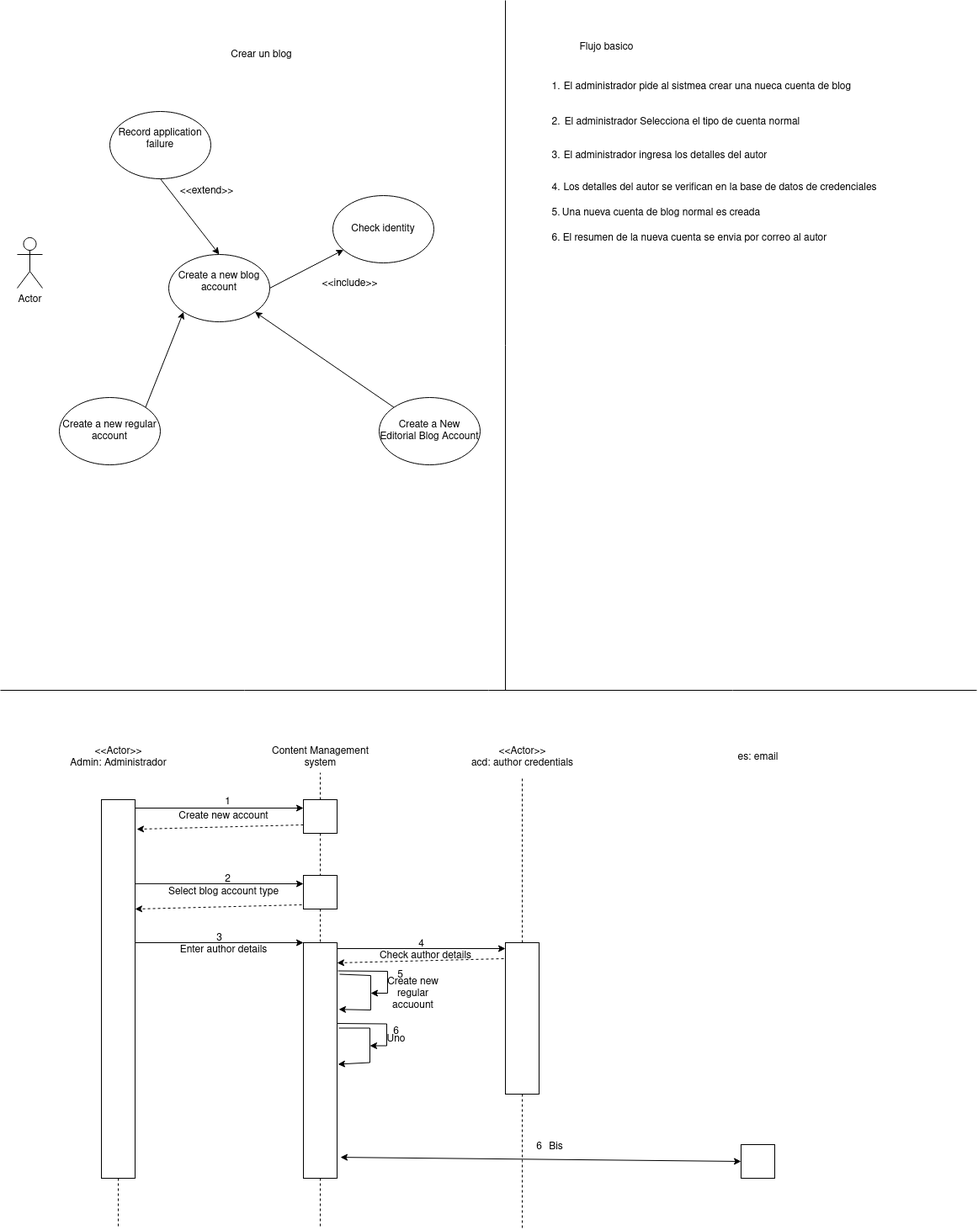
This is DSejemplo.drawio.png from GermanOjeda/Tarea-ETS, a draw.io export, as it was before one commit. Source tidied: cells renumbered, new cells last; positions are measured from the earlier drawing's top-left corner, leaving out a move shared by most shapes. Its diagram source:
```xml
<mxGraphModel>
  <root>
    <mxCell id="0" />
    <mxCell id="1" parent="0" />
    <mxCell id="2" value="Actor" style="shape=umlActor;verticalLabelPosition=bottom;verticalAlign=top;html=1;" parent="1" vertex="1">
      <mxGeometry x="20" y="282" width="30" height="60" as="geometry" />
    </mxCell>
    <mxCell id="3" style="rounded=0;jettySize=auto;html=1;exitX=0.5;exitY=1;exitDx=0;exitDy=0;entryX=0.5;entryY=0;entryDx=0;entryDy=0;" parent="1" edge="1" source="4" target="6">
      <mxGeometry relative="1" as="geometry" />
    </mxCell>
    <mxCell id="4" value="&lt;div&gt;Record application failure&lt;/div&gt;&lt;div&gt;&lt;br&gt;&lt;/div&gt;" style="ellipse;whiteSpace=wrap;html=1;" parent="1" vertex="1">
      <mxGeometry x="130" y="132" width="120" height="80" as="geometry" />
    </mxCell>
    <mxCell id="5" style="rounded=0;jettySize=auto;html=1;exitX=1;exitY=0.5;exitDx=0;exitDy=0;" parent="1" edge="1" source="6" target="8">
      <mxGeometry relative="1" as="geometry" />
    </mxCell>
    <mxCell id="6" value="&lt;div&gt;Create a new blog account&lt;/div&gt;&lt;div&gt;&lt;br&gt;&lt;/div&gt;" style="ellipse;whiteSpace=wrap;html=1;" parent="1" vertex="1">
      <mxGeometry x="200" y="302" width="120" height="80" as="geometry" />
    </mxCell>
    <mxCell id="7" value="&lt;div&gt;&amp;lt;&amp;lt;extend&amp;gt;&amp;gt;&lt;/div&gt;" style="text;html=1;align=center;verticalAlign=middle;strokeColor=none;fillColor=none;" parent="1" vertex="1">
      <mxGeometry x="200" y="212" width="90" height="30" as="geometry" />
    </mxCell>
    <mxCell id="8" value="&lt;div&gt;Check identity&lt;/div&gt;" style="ellipse;whiteSpace=wrap;html=1;" parent="1" vertex="1">
      <mxGeometry x="395" y="232" width="120" height="80" as="geometry" />
    </mxCell>
    <mxCell id="9" value="&amp;lt;&amp;lt;include&amp;gt;&amp;gt;" style="text;html=1;align=center;verticalAlign=middle;strokeColor=none;fillColor=none;" parent="1" vertex="1">
      <mxGeometry x="370" y="322" width="90" height="30" as="geometry" />
    </mxCell>
    <mxCell id="10" value="&lt;div&gt;Crear un blog&lt;/div&gt;" style="text;html=1;align=center;verticalAlign=middle;strokeColor=none;fillColor=none;" parent="1" vertex="1">
      <mxGeometry x="260" y="50" width="100" height="30" as="geometry" />
    </mxCell>
    <mxCell id="11" style="rounded=0;jettySize=auto;html=1;exitX=1;exitY=0;exitDx=0;exitDy=0;entryX=0;entryY=1;entryDx=0;entryDy=0;" parent="1" edge="1" source="12" target="6">
      <mxGeometry relative="1" as="geometry" />
    </mxCell>
    <mxCell id="12" value="Create a new regular account" style="ellipse;whiteSpace=wrap;html=1;" parent="1" vertex="1">
      <mxGeometry x="70" y="472" width="120" height="80" as="geometry" />
    </mxCell>
    <mxCell id="13" style="rounded=0;jettySize=auto;html=1;exitX=0;exitY=0;exitDx=0;exitDy=0;entryX=1;entryY=1;entryDx=0;entryDy=0;startArrow=none;startFill=0;" parent="1" edge="1" source="14" target="6">
      <mxGeometry relative="1" as="geometry" />
    </mxCell>
    <mxCell id="14" value="Create a New Editorial Blog Account" style="ellipse;whiteSpace=wrap;html=1;" parent="1" vertex="1">
      <mxGeometry x="450" y="472" width="120" height="80" as="geometry" />
    </mxCell>
    <mxCell id="15" style="endArrow=none;html=1;rounded=0;" parent="1" edge="1">
      <mxGeometry relative="1" as="geometry">
        <mxPoint x="600" y="820" as="sourcePoint" />
        <mxPoint x="600" as="targetPoint" />
      </mxGeometry>
    </mxCell>
    <mxCell id="16" value="&lt;div&gt;Flujo basico&lt;/div&gt;&lt;div&gt;&lt;br&gt;&lt;/div&gt;" style="text;html=1;align=center;verticalAlign=middle;strokeColor=none;fillColor=none;" parent="1" vertex="1">
      <mxGeometry x="675" y="43" width="90" height="40" as="geometry" />
    </mxCell>
    <mxCell id="17" value="1." style="text;html=1;align=center;verticalAlign=middle;strokeColor=none;fillColor=none;" parent="1" vertex="1">
      <mxGeometry x="645" y="88" width="30" height="30" as="geometry" />
    </mxCell>
    <mxCell id="18" value="El administrador pide al sistmea crear una nueca cuenta de blog" style="text;html=1;align=center;verticalAlign=middle;strokeColor=none;fillColor=none;" parent="1" vertex="1">
      <mxGeometry x="660" y="88" width="360" height="30" as="geometry" />
    </mxCell>
    <mxCell id="19" value="2." style="text;html=1;align=center;verticalAlign=middle;strokeColor=none;fillColor=none;" parent="1" vertex="1">
      <mxGeometry x="645" y="130" width="30" height="30" as="geometry" />
    </mxCell>
    <mxCell id="20" value="El administrador Selecciona el tipo de cuenta normal" style="text;html=1;align=center;verticalAlign=middle;strokeColor=none;fillColor=none;" parent="1" vertex="1">
      <mxGeometry x="660" y="130" width="300" height="30" as="geometry" />
    </mxCell>
    <mxCell id="21" value="3." style="text;html=1;align=center;verticalAlign=middle;strokeColor=none;fillColor=none;" parent="1" vertex="1">
      <mxGeometry x="645" y="170" width="30" height="30" as="geometry" />
    </mxCell>
    <mxCell id="22" value="El administrador ingresa los detalles del autor" style="text;html=1;align=center;verticalAlign=middle;strokeColor=none;fillColor=none;" parent="1" vertex="1">
      <mxGeometry x="655" y="170" width="270" height="30" as="geometry" />
    </mxCell>
    <mxCell id="23" value="4." style="text;html=1;align=center;verticalAlign=middle;strokeColor=none;fillColor=none;" parent="1" vertex="1">
      <mxGeometry x="645" y="208" width="30" height="30" as="geometry" />
    </mxCell>
    <mxCell id="24" value="Los detalles del autor se verifican en la base de datos de credenciales" style="text;html=1;align=center;verticalAlign=middle;strokeColor=none;fillColor=none;" parent="1" vertex="1">
      <mxGeometry x="655" y="208" width="400" height="30" as="geometry" />
    </mxCell>
    <mxCell id="25" value="5." style="text;html=1;align=center;verticalAlign=middle;strokeColor=none;fillColor=none;" parent="1" vertex="1">
      <mxGeometry x="645" y="238" width="30" height="30" as="geometry" />
    </mxCell>
    <mxCell id="26" value="Una nueva cuenta de blog normal es creada" style="text;html=1;align=center;verticalAlign=middle;strokeColor=none;fillColor=none;" parent="1" vertex="1">
      <mxGeometry x="655" y="238" width="260" height="30" as="geometry" />
    </mxCell>
    <mxCell id="27" value="6." style="text;html=1;align=center;verticalAlign=middle;strokeColor=none;fillColor=none;" parent="1" vertex="1">
      <mxGeometry x="645" y="268" width="30" height="30" as="geometry" />
    </mxCell>
    <mxCell id="28" value="El resumen de la nueva cuenta se envia por correo al autor" style="text;html=1;align=center;verticalAlign=middle;strokeColor=none;fillColor=none;" parent="1" vertex="1">
      <mxGeometry x="655" y="268" width="340" height="30" as="geometry" />
    </mxCell>
    <mxCell id="29" value="&lt;div&gt;&amp;lt;&amp;lt;Actor&amp;gt;&amp;gt;&lt;/div&gt;&lt;div&gt;Admin: Administrador&lt;br&gt;&lt;/div&gt;" style="text;html=1;align=center;verticalAlign=middle;points=[];strokeColor=none;fillColor=none;" parent="1" vertex="1">
      <mxGeometry x="70" y="880" width="140" height="40" as="geometry" />
    </mxCell>
    <mxCell id="30" style="edgeStyle=orthogonalEdgeStyle;rounded=0;jettySize=auto;html=1;exitX=0.5;exitY=1;exitDx=0;exitDy=0;endArrow=none;endFill=0;dashed=1;" parent="1" edge="1" source="31">
      <mxGeometry relative="1" as="geometry">
        <mxPoint x="140" y="1460" as="targetPoint" />
      </mxGeometry>
    </mxCell>
    <mxCell id="31" style="rounded=0;whiteSpace=wrap;html=1;" parent="1" vertex="1">
      <mxGeometry x="120" y="950" width="40" height="450" as="geometry" />
    </mxCell>
    <mxCell id="32" style="endArrow=none;html=1;rounded=0;" parent="1" edge="1">
      <mxGeometry relative="1" as="geometry">
        <mxPoint y="820" as="sourcePoint" />
        <mxPoint x="1160" y="820" as="targetPoint" />
      </mxGeometry>
    </mxCell>
    <mxCell id="33" value="&lt;div&gt;Content Management&lt;/div&gt;&lt;div&gt;system&lt;br&gt;&lt;/div&gt;" style="text;html=1;align=center;verticalAlign=middle;points=[];strokeColor=none;fillColor=none;" parent="1" vertex="1">
      <mxGeometry x="310" y="880" width="140" height="40" as="geometry" />
    </mxCell>
    <mxCell id="34" style="edgeStyle=orthogonalEdgeStyle;rounded=0;jettySize=auto;html=1;exitX=0.5;exitY=1;exitDx=0;exitDy=0;entryX=0.5;entryY=0;entryDx=0;entryDy=0;endArrow=none;endFill=0;dashed=1;" parent="1" edge="1" source="35" target="40">
      <mxGeometry relative="1" as="geometry" />
    </mxCell>
    <mxCell id="35" style="rounded=0;whiteSpace=wrap;html=1;" parent="1" vertex="1">
      <mxGeometry x="360" y="950" width="40" height="40" as="geometry" />
    </mxCell>
    <mxCell id="36" style="edgeStyle=none;jettySize=auto;html=1;rounded=0;entryX=0;entryY=0.25;entryDx=0;entryDy=0;" parent="1" edge="1" target="35">
      <mxGeometry relative="1" as="geometry">
        <mxPoint x="160" y="960" as="sourcePoint" />
      </mxGeometry>
    </mxCell>
    <mxCell id="37" value="1" style="text;html=1;align=center;verticalAlign=middle;strokeColor=none;fillColor=none;" parent="1" vertex="1">
      <mxGeometry x="255" y="938" width="30" height="30" as="geometry" />
    </mxCell>
    <mxCell id="38" value="Create new account" style="text;html=1;align=center;verticalAlign=middle;strokeColor=none;fillColor=none;" parent="1" vertex="1">
      <mxGeometry x="200" y="955" width="130" height="30" as="geometry" />
    </mxCell>
    <mxCell id="39" style="edgeStyle=orthogonalEdgeStyle;rounded=0;jettySize=auto;html=1;exitX=0.5;exitY=1;exitDx=0;exitDy=0;entryX=0.5;entryY=0;entryDx=0;entryDy=0;endArrow=none;endFill=0;dashed=1;" parent="1" edge="1" source="40" target="47">
      <mxGeometry relative="1" as="geometry" />
    </mxCell>
    <mxCell id="40" style="rounded=0;whiteSpace=wrap;html=1;" parent="1" vertex="1">
      <mxGeometry x="360" y="1040" width="40" height="40" as="geometry" />
    </mxCell>
    <mxCell id="41" style="edgeStyle=none;jettySize=auto;html=1;rounded=0;dashed=1;entryX=1.05;entryY=0.078;entryDx=0;entryDy=0;entryPerimeter=0;exitX=0;exitY=0.75;exitDx=0;exitDy=0;" parent="1" edge="1" source="35" target="31">
      <mxGeometry relative="1" as="geometry" />
    </mxCell>
    <mxCell id="42" style="edgeStyle=none;jettySize=auto;html=1;rounded=0;exitX=1;exitY=0.222;exitDx=0;exitDy=0;exitPerimeter=0;entryX=0;entryY=0.25;entryDx=0;entryDy=0;" parent="1" edge="1" source="31" target="40">
      <mxGeometry relative="1" as="geometry" />
    </mxCell>
    <mxCell id="43" value="2" style="text;html=1;align=center;verticalAlign=middle;strokeColor=none;fillColor=none;" parent="1" vertex="1">
      <mxGeometry x="255" y="1030" width="30" height="30" as="geometry" />
    </mxCell>
    <mxCell id="44" value="Select blog account type" style="text;html=1;align=center;verticalAlign=middle;strokeColor=none;fillColor=none;" parent="1" vertex="1">
      <mxGeometry x="190" y="1045" width="150" height="30" as="geometry" />
    </mxCell>
    <mxCell id="45" style="edgeStyle=none;orthogonalLoop=1;jettySize=auto;html=1;rounded=0;dashed=1;entryX=1.05;entryY=0.078;entryDx=0;entryDy=0;entryPerimeter=0;exitX=0;exitY=0.75;exitDx=0;exitDy=0;" parent="1" edge="1">
      <mxGeometry relative="1" as="geometry">
        <mxPoint x="358" y="1075" as="sourcePoint" />
        <mxPoint x="160" y="1080" as="targetPoint" />
      </mxGeometry>
    </mxCell>
    <mxCell id="46" style="edgeStyle=orthogonalEdgeStyle;rounded=0;jettySize=auto;html=1;exitX=0.5;exitY=1;exitDx=0;exitDy=0;endArrow=none;endFill=0;dashed=1;" parent="1" edge="1" source="47">
      <mxGeometry relative="1" as="geometry">
        <mxPoint x="380" y="1460" as="targetPoint" />
      </mxGeometry>
    </mxCell>
    <mxCell id="47" style="rounded=0;whiteSpace=wrap;html=1;" parent="1" vertex="1">
      <mxGeometry x="360" y="1120" width="40" height="280" as="geometry" />
    </mxCell>
    <mxCell id="48" style="edgeStyle=none;orthogonalLoop=1;jettySize=auto;html=1;rounded=0;exitX=1;exitY=0.222;exitDx=0;exitDy=0;exitPerimeter=0;entryX=0;entryY=0.25;entryDx=0;entryDy=0;" parent="1" edge="1">
      <mxGeometry relative="1" as="geometry">
        <mxPoint x="160" y="1120" as="sourcePoint" />
        <mxPoint x="360" y="1120" as="targetPoint" />
      </mxGeometry>
    </mxCell>
    <mxCell id="49" value="3" style="text;html=1;align=center;verticalAlign=middle;strokeColor=none;fillColor=none;" parent="1" vertex="1">
      <mxGeometry x="245" y="1100" width="30" height="30" as="geometry" />
    </mxCell>
    <mxCell id="50" value="&lt;div&gt;Enter author details&lt;/div&gt;" style="text;html=1;align=center;verticalAlign=middle;strokeColor=none;fillColor=none;" parent="1" vertex="1">
      <mxGeometry x="200" y="1114" width="130" height="30" as="geometry" />
    </mxCell>
    <mxCell id="51" value="&lt;div&gt;&amp;lt;&amp;lt;Actor&amp;gt;&amp;gt;&lt;/div&gt;&lt;div&gt;acd: author credentials&lt;/div&gt;" style="text;html=1;align=center;verticalAlign=middle;points=[];strokeColor=none;fillColor=none;" parent="1" vertex="1">
      <mxGeometry x="550" y="880" width="140" height="40" as="geometry" />
    </mxCell>
    <mxCell id="52" style="edgeStyle=orthogonalEdgeStyle;rounded=0;jettySize=auto;html=1;exitX=0.5;exitY=1;exitDx=0;exitDy=0;endArrow=none;endFill=0;dashed=1;" parent="1" edge="1" source="53">
      <mxGeometry relative="1" as="geometry">
        <mxPoint x="620" y="1460" as="targetPoint" />
      </mxGeometry>
    </mxCell>
    <mxCell id="53" style="rounded=0;whiteSpace=wrap;html=1;" parent="1" vertex="1">
      <mxGeometry x="600" y="1120" width="40" height="180" as="geometry" />
    </mxCell>
    <mxCell id="54" style="edgeStyle=none;orthogonalLoop=1;jettySize=auto;html=1;rounded=0;exitX=1;exitY=0.222;exitDx=0;exitDy=0;exitPerimeter=0;entryX=0;entryY=0.25;entryDx=0;entryDy=0;" parent="1" edge="1">
      <mxGeometry relative="1" as="geometry">
        <mxPoint x="400" y="1127" as="sourcePoint" />
        <mxPoint x="600" y="1127" as="targetPoint" />
      </mxGeometry>
    </mxCell>
    <mxCell id="55" value="&lt;div&gt;4&lt;/div&gt;" style="text;html=1;align=center;verticalAlign=middle;strokeColor=none;fillColor=none;" parent="1" vertex="1">
      <mxGeometry x="485" y="1107" width="30" height="30" as="geometry" />
    </mxCell>
    <mxCell id="56" value="&lt;div&gt;Check author details&lt;/div&gt;" style="text;html=1;align=center;verticalAlign=middle;strokeColor=none;fillColor=none;" parent="1" vertex="1">
      <mxGeometry x="440" y="1121" width="130" height="30" as="geometry" />
    </mxCell>
    <mxCell id="57" style="edgeStyle=none;orthogonalLoop=1;jettySize=auto;html=1;rounded=0;dashed=1;entryX=1.05;entryY=0.078;entryDx=0;entryDy=0;entryPerimeter=0;exitX=0;exitY=0.75;exitDx=0;exitDy=0;" parent="1" edge="1">
      <mxGeometry relative="1" as="geometry">
        <mxPoint x="598" y="1139" as="sourcePoint" />
        <mxPoint x="400" y="1144" as="targetPoint" />
      </mxGeometry>
    </mxCell>
    <mxCell id="58" style="endArrow=classic;html=1;rounded=0;exitX=1.075;exitY=0.134;exitDx=0;exitDy=0;exitPerimeter=0;entryX=1.05;entryY=0.283;entryDx=0;entryDy=0;entryPerimeter=0;" parent="1" edge="1" source="47" target="47">
      <mxGeometry relative="1" as="geometry">
        <Array as="points">
          <mxPoint x="440" y="1159" />
          <mxPoint x="440" y="1200" />
        </Array>
      </mxGeometry>
    </mxCell>
    <mxCell id="59" style="endArrow=classic;html=1;rounded=0;exitX=1.075;exitY=0.134;exitDx=0;exitDy=0;exitPerimeter=0;" parent="1" edge="1">
      <mxGeometry relative="1" as="geometry">
        <mxPoint x="401" y="1153.5" as="sourcePoint" />
        <mxPoint x="440" y="1180" as="targetPoint" />
        <Array as="points">
          <mxPoint x="460" y="1154" />
          <mxPoint x="460" y="1180" />
        </Array>
      </mxGeometry>
    </mxCell>
    <mxCell id="60" style="endArrow=classic;html=1;rounded=0;exitX=1.075;exitY=0.134;exitDx=0;exitDy=0;exitPerimeter=0;entryX=1.05;entryY=0.283;entryDx=0;entryDy=0;entryPerimeter=0;" parent="1" edge="1">
      <mxGeometry relative="1" as="geometry">
        <mxPoint x="402" y="1221.5" as="sourcePoint" />
        <mxPoint x="401" y="1264.5" as="targetPoint" />
        <Array as="points">
          <mxPoint x="439" y="1221.5" />
          <mxPoint x="439" y="1262.5" />
        </Array>
      </mxGeometry>
    </mxCell>
    <mxCell id="61" style="endArrow=classic;html=1;rounded=0;exitX=1.075;exitY=0.134;exitDx=0;exitDy=0;exitPerimeter=0;" parent="1" edge="1">
      <mxGeometry relative="1" as="geometry">
        <mxPoint x="400" y="1216" as="sourcePoint" />
        <mxPoint x="439" y="1242.5" as="targetPoint" />
        <Array as="points">
          <mxPoint x="459" y="1216.5" />
          <mxPoint x="459" y="1242.5" />
        </Array>
      </mxGeometry>
    </mxCell>
    <mxCell id="62" value="5" style="text;html=1;align=center;verticalAlign=middle;strokeColor=none;fillColor=none;" parent="1" vertex="1">
      <mxGeometry x="460" y="1144" width="30" height="30" as="geometry" />
    </mxCell>
    <mxCell id="63" value="&lt;div&gt;Create new&lt;/div&gt;&lt;div&gt;regular&lt;/div&gt;&lt;div&gt;accuount&lt;br&gt;&lt;/div&gt;" style="text;html=1;align=center;verticalAlign=middle;strokeColor=none;fillColor=none;" parent="1" vertex="1">
      <mxGeometry x="450" y="1151" width="80" height="60" as="geometry" />
    </mxCell>
    <mxCell id="64" value="6" style="text;html=1;align=center;verticalAlign=middle;strokeColor=none;fillColor=none;" parent="1" vertex="1">
      <mxGeometry x="455" y="1211" width="30" height="30" as="geometry" />
    </mxCell>
    <mxCell id="65" value="Uno" style="text;html=1;align=center;verticalAlign=middle;strokeColor=none;fillColor=none;" parent="1" vertex="1">
      <mxGeometry x="445" y="1220" width="50" height="30" as="geometry" />
    </mxCell>
    <mxCell id="66" value="&lt;div&gt;es: email&lt;/div&gt;" style="text;html=1;align=center;verticalAlign=middle;strokeColor=none;fillColor=none;" parent="1" vertex="1">
      <mxGeometry x="865" y="885" width="70" height="30" as="geometry" />
    </mxCell>
    <mxCell id="67" style="rounded=0;whiteSpace=wrap;html=1;" parent="1" vertex="1">
      <mxGeometry x="880" y="1360" width="40" height="40" as="geometry" />
    </mxCell>
    <mxCell id="68" style="rounded=0;jettySize=auto;html=1;exitX=0;exitY=0.5;exitDx=0;exitDy=0;entryX=1.1;entryY=0.911;entryDx=0;entryDy=0;entryPerimeter=0;endArrow=classic;endFill=1;startArrow=classic;startFill=1;" parent="1" edge="1" source="67" target="47">
      <mxGeometry relative="1" as="geometry" />
    </mxCell>
    <mxCell id="69" value="6" style="text;html=1;align=center;verticalAlign=middle;strokeColor=none;fillColor=none;" parent="1" vertex="1">
      <mxGeometry x="625" y="1348" width="30" height="30" as="geometry" />
    </mxCell>
    <mxCell id="70" value="Bis" style="text;html=1;align=center;verticalAlign=middle;strokeColor=none;fillColor=none;" parent="1" vertex="1">
      <mxGeometry x="640" y="1348" width="40" height="30" as="geometry" />
    </mxCell>
    <mxCell id="71" style="edgeStyle=orthogonalEdgeStyle;rounded=0;jettySize=auto;html=1;exitX=0.5;exitY=0;exitDx=0;exitDy=0;entryX=0.5;entryY=1.075;entryDx=0;entryDy=0;entryPerimeter=0;endArrow=none;endFill=0;dashed=1;" parent="1" edge="1" source="53" target="51">
      <mxGeometry relative="1" as="geometry" />
    </mxCell>
    <mxCell id="72" style="edgeStyle=orthogonalEdgeStyle;rounded=0;jettySize=auto;html=1;exitX=0.5;exitY=0;exitDx=0;exitDy=0;entryX=0.5;entryY=0.95;entryDx=0;entryDy=0;entryPerimeter=0;endArrow=none;endFill=0;dashed=1;" parent="1" edge="1" source="35" target="33">
      <mxGeometry relative="1" as="geometry" />
    </mxCell>
  </root>
</mxGraphModel>
```
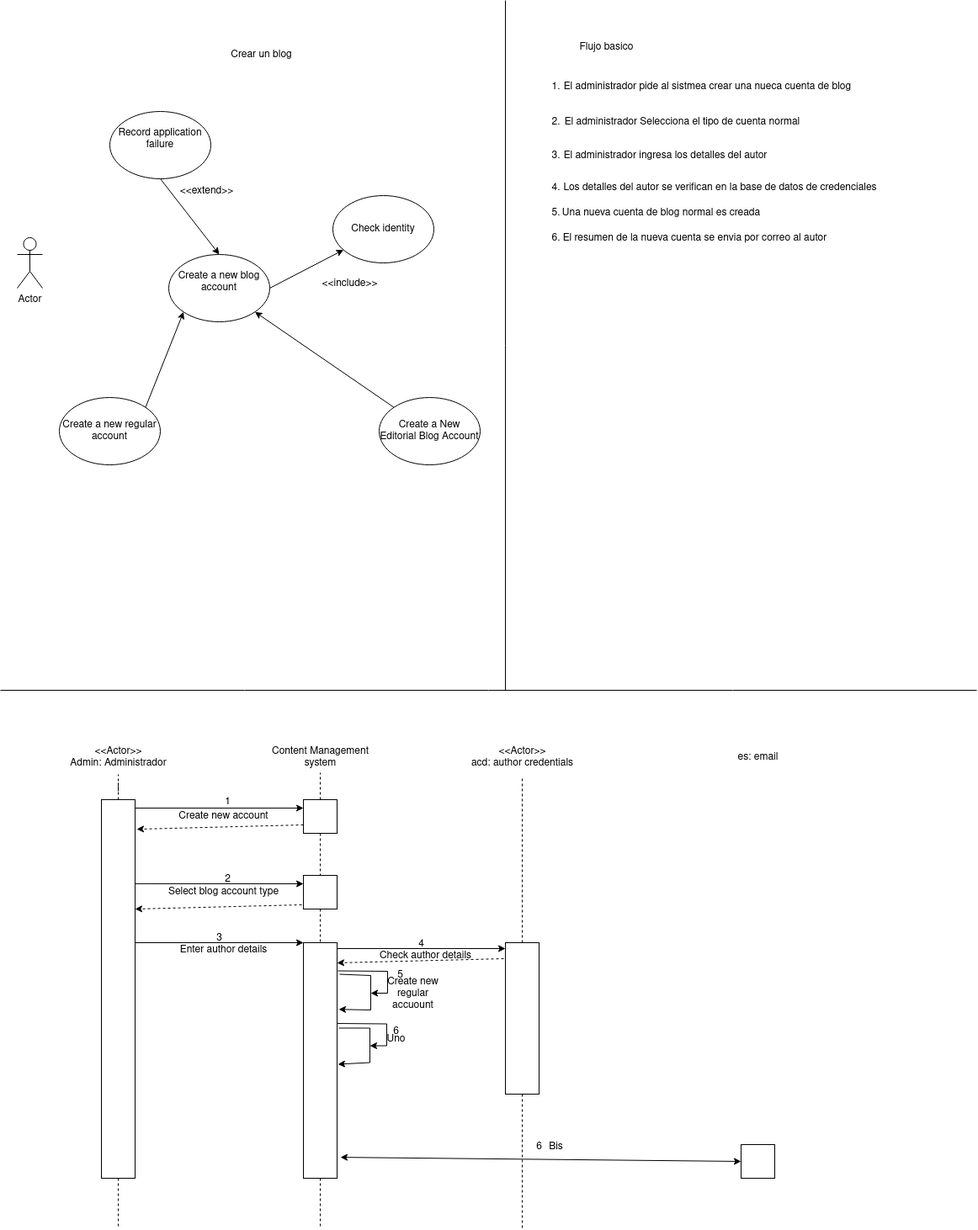
After the commit.

The edit, as a diff of the source:
```diff
@@ -94,6 +94,9 @@
         <mxPoint x="140" y="1460" as="targetPoint" />
       </mxGeometry>
     </mxCell>
+    <mxCell id="73" style="edgeStyle=orthogonalEdgeStyle;rounded=0;jettySize=auto;html=1;exitX=0.5;exitY=0;exitDx=0;exitDy=0;endArrow=none;endFill=0;dashed=1;" parent="1" edge="1" source="31" target="29">
+      <mxGeometry relative="1" as="geometry" />
+    </mxCell>
     <mxCell id="31" style="rounded=0;whiteSpace=wrap;html=1;" parent="1" vertex="1">
       <mxGeometry x="120" y="950" width="40" height="450" as="geometry" />
     </mxCell>
```
